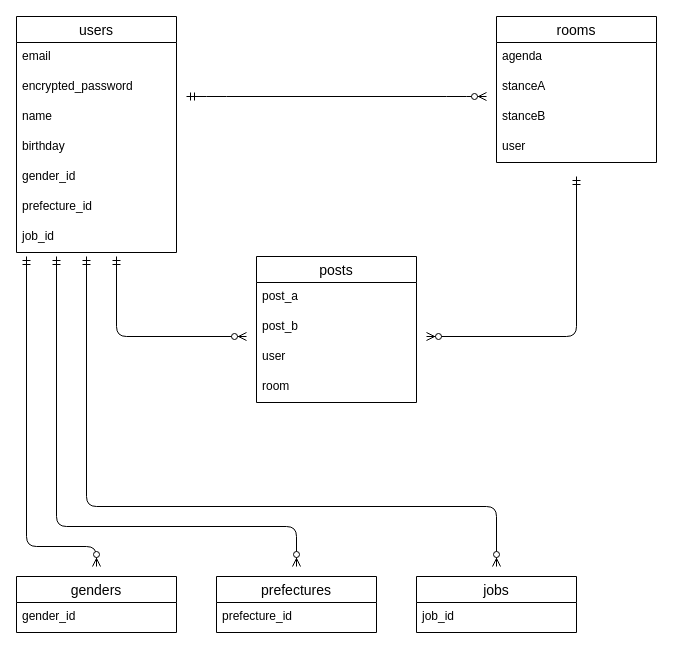
The draw.io diagram bin/ER.dio in massan7251/breakpoint_app, before the edit. Source tidied: cells renumbered, new cells numbered last; positions are measured from the earlier drawing's top-left corner, leaving out a move shared by most shapes. Both pictures are drawn from the tidied source at 100%, with x=0, y=0 at pixel (16, 16).
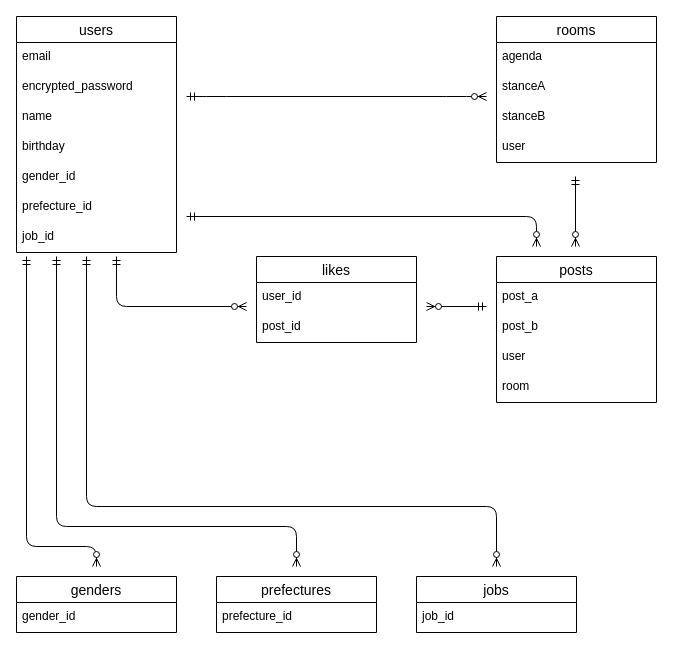
The same diagram, later.

Commit message (it also covers changes not shown here):
いいね機能設計

Diff of the diagram source:
```diff
@@
     <mxCell id="10" value="posts" style="swimlane;fontStyle=0;horizontal=1;startSize=26;align=center;fontSize=14;" parent="1" vertex="1">
-      <mxGeometry x="240" y="240" width="160" height="146" as="geometry" />
+      <mxGeometry x="480" y="240" width="160" height="146" as="geometry" />
     </mxCell>
@@
-    <mxCell id="20" style="fontSize=12;html=1;endArrow=ERzeroToMany;startArrow=ERmandOne;edgeStyle=orthogonalEdgeStyle;" parent="1" edge="1">
+    <mxCell id="20" style="fontSize=12;html=1;endArrow=ERzeroToMany;startArrow=ERmandOne;" parent="1" edge="1">
       <mxGeometry relative="1" as="geometry">
-        <mxPoint x="560" y="160" as="sourcePoint" />
-        <mxPoint x="410" y="320" as="targetPoint" />
-        <Array as="points">
-          <mxPoint x="560" y="320" />
-        </Array>
+        <mxPoint x="559" y="160" as="sourcePoint" />
+        <mxPoint x="559" y="230" as="targetPoint" />
       </mxGeometry>
     </mxCell>
@@
     <mxCell id="31" style="edgeStyle=orthogonalEdgeStyle;fontSize=12;html=1;endArrow=ERzeroToMany;startArrow=ERmandOne;" parent="1" edge="1">
       <mxGeometry relative="1" as="geometry">
         <mxPoint x="100" y="240" as="sourcePoint" />
-        <mxPoint x="230" y="320" as="targetPoint" />
+        <mxPoint x="230" y="290" as="targetPoint" />
         <Array as="points">
-          <mxPoint x="100" y="320" />
+          <mxPoint x="100" y="290" />
         </Array>
       </mxGeometry>
     </mxCell>
+    <mxCell id="32" value="likes" style="swimlane;fontStyle=0;horizontal=1;startSize=26;align=center;fontSize=14;" parent="1" vertex="1">
+      <mxGeometry x="240" y="240" width="160" height="86" as="geometry" />
+    </mxCell>
+    <mxCell id="33" value="user_id" style="text;strokeColor=none;fillColor=none;spacingLeft=4;spacingRight=4;overflow=hidden;fontSize=12;" parent="32" vertex="1">
+      <mxGeometry y="26" width="160" height="30" as="geometry" />
+    </mxCell>
+    <mxCell id="34" value="post_id" style="text;strokeColor=none;fillColor=none;spacingLeft=4;spacingRight=4;overflow=hidden;fontSize=12;" parent="32" vertex="1">
+      <mxGeometry y="56" width="160" height="30" as="geometry" />
+    </mxCell>
+    <mxCell id="35" style="fontSize=12;html=1;endArrow=ERzeroToMany;startArrow=ERmandOne;" parent="1" edge="1">
+      <mxGeometry relative="1" as="geometry">
+        <mxPoint x="470" y="290" as="sourcePoint" />
+        <mxPoint x="410" y="290" as="targetPoint" />
+      </mxGeometry>
+    </mxCell>
+    <mxCell id="36" style="edgeStyle=orthogonalEdgeStyle;fontSize=12;html=1;endArrow=ERzeroToMany;startArrow=ERmandOne;" parent="1" edge="1">
+      <mxGeometry relative="1" as="geometry">
+        <mxPoint x="170" y="200" as="sourcePoint" />
+        <mxPoint x="520" y="230" as="targetPoint" />
+        <Array as="points">
+          <mxPoint x="520" y="200" />
+        </Array>
+      </mxGeometry>
+    </mxCell>
```
